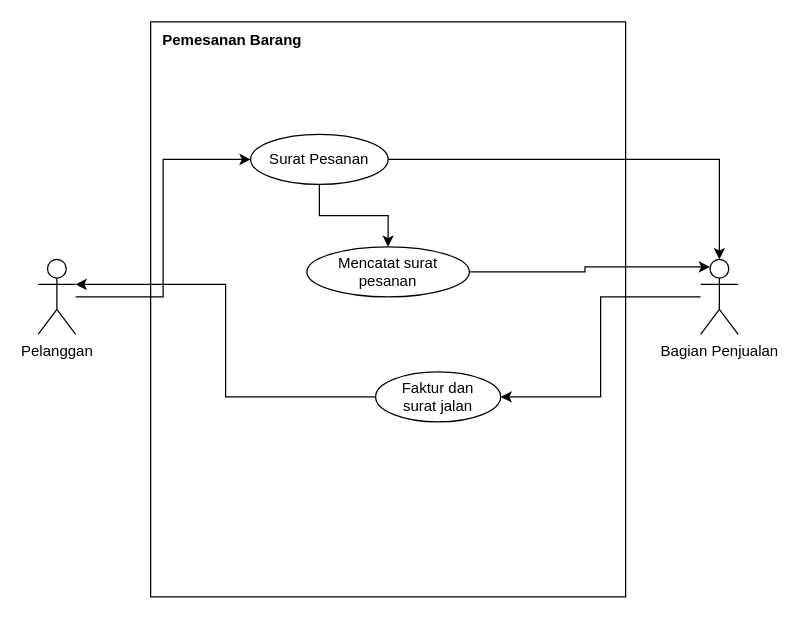
Before: Untitled Diagram.drawio in fatihktsr/Backend, a draw.io diagram. Source tidied: cells renumbered, new cells numbered last; positions are measured from the earlier drawing's top-left corner, leaving out a move shared by most shapes. Both pictures are drawn from the tidied source at 125%, with x=0, y=0 at pixel (38, 21).
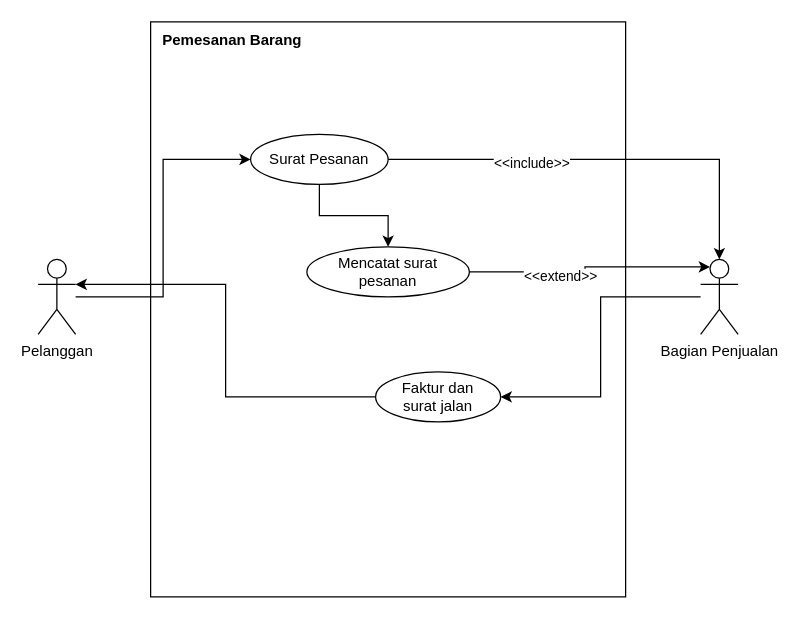
After the change.

Change to the diagram source:
```diff
@@
 <mxGraphModel>
   <root>
     <mxCell id="0" />
     <mxCell id="1" parent="0" />
     <mxCell id="2" style="rounded=0;whiteSpace=wrap;html=1;direction=south;" parent="1" vertex="1">
       <mxGeometry x="90" width="380" height="460" as="geometry" />
     </mxCell>
     <mxCell id="3" style="edgeStyle=orthogonalEdgeStyle;rounded=0;jettySize=auto;html=1;entryX=1;entryY=0.5;entryDx=0;entryDy=0;" parent="1" edge="1" source="4" target="14">
       <mxGeometry relative="1" as="geometry" />
     </mxCell>
     <mxCell id="4" value="Bagian Penjualan" style="shape=umlActor;verticalLabelPosition=bottom;verticalAlign=top;html=1;outlineConnect=0;" parent="1" vertex="1">
       <mxGeometry x="530" y="190" width="30" height="60" as="geometry" />
     </mxCell>
     <mxCell id="5" style="edgeStyle=orthogonalEdgeStyle;rounded=0;jettySize=auto;html=1;entryX=0;entryY=0.5;entryDx=0;entryDy=0;" parent="1" edge="1" source="6" target="10">
       <mxGeometry relative="1" as="geometry" />
     </mxCell>
     <mxCell id="6" value="Pelanggan" style="shape=umlActor;verticalLabelPosition=bottom;verticalAlign=top;html=1;outlineConnect=0;" parent="1" vertex="1">
       <mxGeometry y="190" width="30" height="60" as="geometry" />
     </mxCell>
     <mxCell id="7" value="&lt;b&gt;Pemesanan Barang&lt;/b&gt;" style="text;html=1;align=center;verticalAlign=middle;strokeColor=none;fillColor=none;" parent="1" vertex="1">
       <mxGeometry x="90" width="130" height="30" as="geometry" />
     </mxCell>
     <mxCell id="8" style="edgeStyle=orthogonalEdgeStyle;rounded=0;jettySize=auto;html=1;exitX=0.5;exitY=1;exitDx=0;exitDy=0;" parent="1" edge="1" source="10" target="12">
       <mxGeometry relative="1" as="geometry" />
     </mxCell>
     <mxCell id="9" style="edgeStyle=orthogonalEdgeStyle;rounded=0;jettySize=auto;html=1;exitX=1;exitY=0.5;exitDx=0;exitDy=0;entryX=0.5;entryY=0;entryDx=0;entryDy=0;entryPerimeter=0;" parent="1" edge="1" source="10" target="4">
       <mxGeometry relative="1" as="geometry" />
     </mxCell>
+    <mxCell id="15" value="&amp;lt;&amp;lt;include&amp;gt;&amp;gt;" style="edgeLabel;html=1;align=center;verticalAlign=middle;" parent="9" vertex="1">
+      <mxGeometry x="-0.34" y="-2" relative="1" as="geometry" />
+    </mxCell>
     <mxCell id="10" value="Surat Pesanan" style="ellipse;whiteSpace=wrap;html=1;" parent="1" vertex="1">
       <mxGeometry x="170" y="90" width="110" height="40" as="geometry" />
     </mxCell>
     <mxCell id="11" style="edgeStyle=orthogonalEdgeStyle;rounded=0;jettySize=auto;html=1;exitX=1;exitY=0.5;exitDx=0;exitDy=0;entryX=0.25;entryY=0.1;entryDx=0;entryDy=0;entryPerimeter=0;" parent="1" edge="1" source="12" target="4">
       <mxGeometry relative="1" as="geometry" />
     </mxCell>
+    <mxCell id="16" value="&amp;lt;&amp;lt;extend&amp;gt;&amp;gt;" style="edgeLabel;html=1;align=center;verticalAlign=middle;" parent="11" vertex="1">
+      <mxGeometry x="-0.27" y="-3" relative="1" as="geometry" />
+    </mxCell>
     <mxCell id="12" value="Mencatat surat pesanan" style="ellipse;whiteSpace=wrap;html=1;" parent="1" vertex="1">
       <mxGeometry x="215" y="180" width="130" height="40" as="geometry" />
     </mxCell>
     <mxCell id="13" style="edgeStyle=orthogonalEdgeStyle;rounded=0;jettySize=auto;html=1;exitX=0;exitY=0.5;exitDx=0;exitDy=0;entryX=1;entryY=0.3333333333333333;entryDx=0;entryDy=0;entryPerimeter=0;" parent="1" edge="1" source="14" target="6">
       <mxGeometry relative="1" as="geometry" />
     </mxCell>
     <mxCell id="14" value="Faktur dan &lt;br&gt;surat jalan" style="ellipse;whiteSpace=wrap;html=1;" parent="1" vertex="1">
       <mxGeometry x="270" y="280" width="100" height="40" as="geometry" />
     </mxCell>
   </root>
 </mxGraphModel>
```
